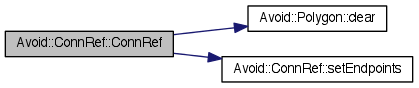
This is documentation/classAvoid_1_1ConnRef_aa469b1767d12e1fa4971004225a0abcd_cgraph.png from mjwybrow/adaptagrams, a Graphviz export, as it was before one commit. Its source is kept beside it as documentation/classAvoid_1_1ConnRef_aa469b1767d12e1fa4971004225a0abcd_cgraph.dot. Source of this version:
```dot
digraph "Avoid::ConnRef::ConnRef"
{
  edge [fontname="Helvetica",fontsize="10",labelfontname="Helvetica",labelfontsize="10"];
  node [fontname="Helvetica",fontsize="10",shape=record];
  rankdir="LR";
  Node1 [label="Avoid::ConnRef::ConnRef",height=0.2,width=0.4,color="black", fillcolor="grey75", style="filled" fontcolor="black"];
  Node1 -> Node2 [color="midnightblue",fontsize="10",style="solid",fontname="Helvetica"];
  Node2 [label="Avoid::Polygon::clear",height=0.2,width=0.4,color="black", fillcolor="white", style="filled",URL="$classAvoid_1_1Polygon.html#aae0e8e58b2f358ec3f203a5e6485c660",tooltip="Resets this to the empty polygon."];
  Node1 -> Node3 [color="midnightblue",fontsize="10",style="solid",fontname="Helvetica"];
  Node3 [label="Avoid::ConnRef::setEndpoints",height=0.2,width=0.4,color="black", fillcolor="white", style="filled",URL="$classAvoid_1_1ConnRef.html#ae66e8c90dc191951fc0f64acc4c06d7c",tooltip="Sets both a new source and destination endpoint for this connector."];
}
```
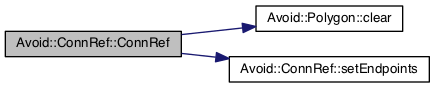
After the commit.

Change to the diagram source:
```diff
@@ -3,9 +3,9 @@
   edge [fontname="Helvetica",fontsize="10",labelfontname="Helvetica",labelfontsize="10"];
   node [fontname="Helvetica",fontsize="10",shape=record];
   rankdir="LR";
-  Node1 [label="Avoid::ConnRef::ConnRef",height=0.2,width=0.4,color="black", fillcolor="grey75", style="filled" fontcolor="black"];
+  Node1 [label="Avoid::ConnRef::ConnRef",height=0.2,width=0.4,color="black", fillcolor="grey75", style="filled", fontcolor="black"];
   Node1 -> Node2 [color="midnightblue",fontsize="10",style="solid",fontname="Helvetica"];
-  Node2 [label="Avoid::Polygon::clear",height=0.2,width=0.4,color="black", fillcolor="white", style="filled",URL="$classAvoid_1_1Polygon.html#aae0e8e58b2f358ec3f203a5e6485c660",tooltip="Resets this to the empty polygon."];
+  Node2 [label="Avoid::Polygon::clear",height=0.2,width=0.4,color="black", fillcolor="white", style="filled",URL="$classAvoid_1_1Polygon.html#aae0e8e58b2f358ec3f203a5e6485c660",tooltip="Resets this to the empty polygon. "];
   Node1 -> Node3 [color="midnightblue",fontsize="10",style="solid",fontname="Helvetica"];
-  Node3 [label="Avoid::ConnRef::setEndpoints",height=0.2,width=0.4,color="black", fillcolor="white", style="filled",URL="$classAvoid_1_1ConnRef.html#ae66e8c90dc191951fc0f64acc4c06d7c",tooltip="Sets both a new source and destination endpoint for this connector."];
+  Node3 [label="Avoid::ConnRef::setEndpoints",height=0.2,width=0.4,color="black", fillcolor="white", style="filled",URL="$classAvoid_1_1ConnRef.html#ae66e8c90dc191951fc0f64acc4c06d7c",tooltip="Sets both a new source and destination endpoint for this connector. "];
 }
```
